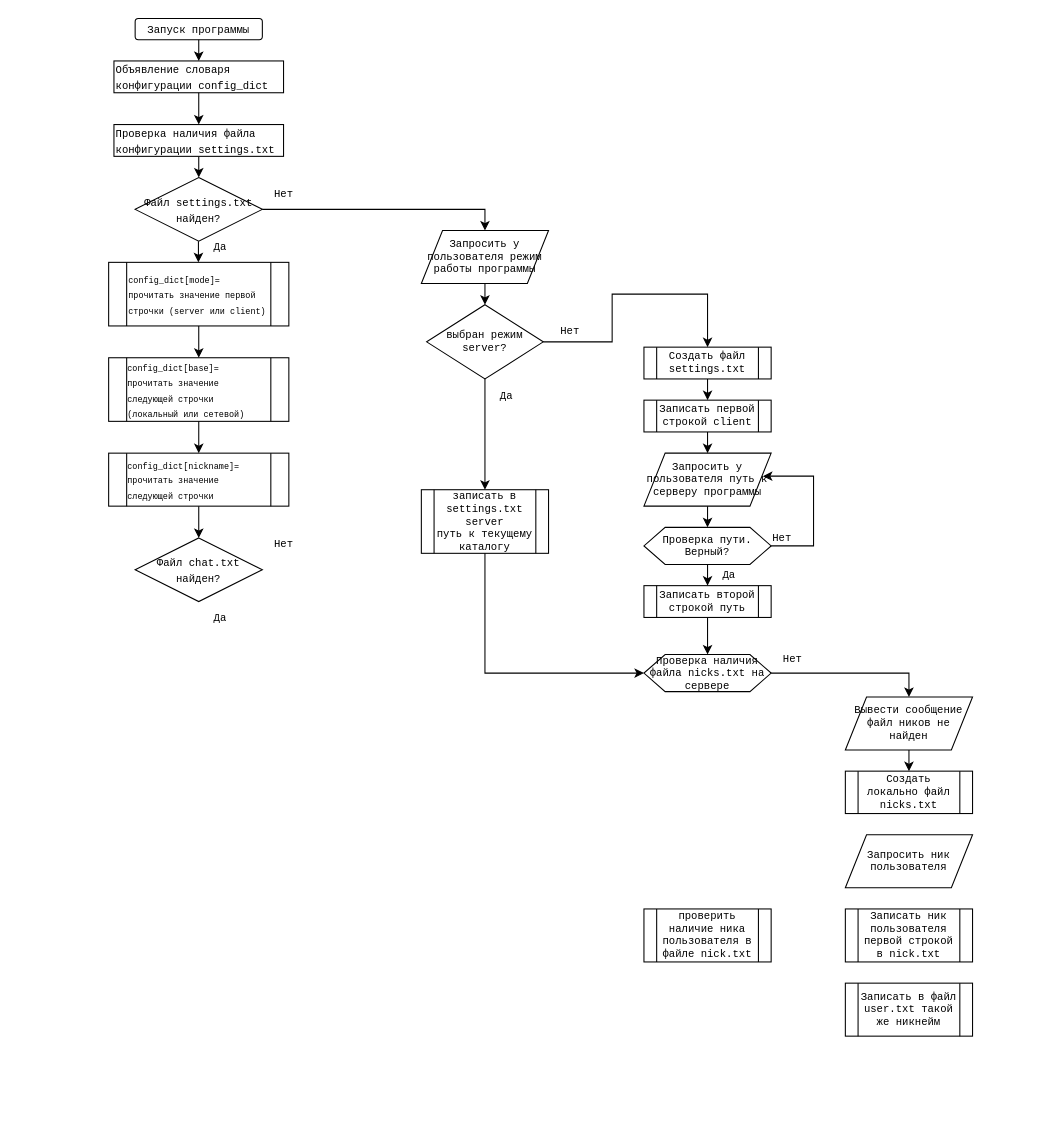
Above: Task-06/ChatRoom.drawio in ProgmanZ/Modul-23.6-Tasks-HW (draw.io), before the change. Source tidied: cells renumbered, new cells numbered last; positions are measured from the earlier drawing's top-left corner, leaving out a move shared by most shapes. Both pictures are drawn from the tidied source at 106%, with x=0, y=0 at pixel (108, 18).
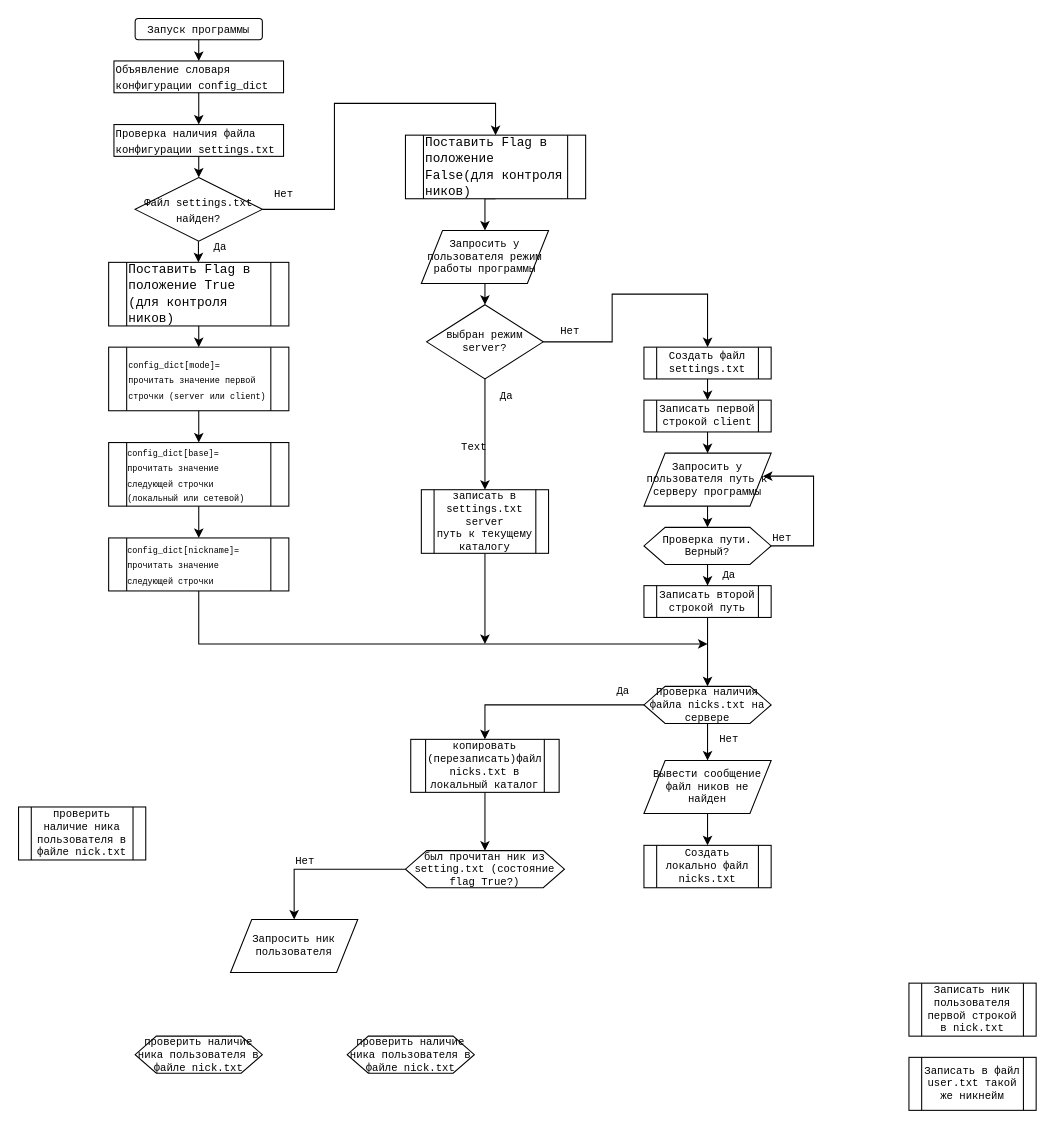
The same page after the edit.

Unchanged cells that the change refers to:
```xml
<mxCell id="5" value="&lt;font style=&quot;font-size: 10px;&quot; face=&quot;Courier New&quot;&gt;Файл settings.txt найден?&lt;/font&gt;" style="rhombus;whiteSpace=wrap;html=1;" parent="1" vertex="1">
  <mxGeometry x="25" y="150" width="120" height="60" as="geometry" />
</mxCell>
<mxCell id="22" value="Запросить у пользователя режим работы программы" style="shape=parallelogram;perimeter=parallelogramPerimeter;whiteSpace=wrap;html=1;fixedSize=1;fontFamily=Courier New;fontSize=10;" parent="1" vertex="1">
  <mxGeometry x="295" y="200" width="120" height="50" as="geometry" />
</mxCell>
<mxCell id="23" value="&lt;div&gt;записать в settings.txt &lt;br&gt;&lt;/div&gt;&lt;div&gt;server&lt;/div&gt;&lt;div&gt;путь к текущему каталогу&lt;br&gt;&lt;/div&gt;" style="shape=process;whiteSpace=wrap;html=1;backgroundOutline=1;fontFamily=Courier New;fontSize=10;" parent="1" vertex="1">
  <mxGeometry x="295" y="444.5" width="120" height="60" as="geometry" />
</mxCell>
```

Diff of the diagram source:
```diff
@@
-    <mxCell id="6" value="&lt;font style=&quot;font-size: 10px;&quot; face=&quot;Courier New&quot;&gt;Файл chat.txt найден?&lt;/font&gt;" style="rhombus;whiteSpace=wrap;html=1;" parent="1" vertex="1">
-      <mxGeometry x="25" y="490" width="120" height="60" as="geometry" />
-    </mxCell>
+    <mxCell id="54" style="edgeStyle=orthogonalEdgeStyle;rounded=0;jettySize=auto;html=1;exitX=0.5;exitY=1;exitDx=0;exitDy=0;fontFamily=Courier New;fontSize=10;" parent="1" edge="1" source="16">
+      <mxGeometry relative="1" as="geometry">
+        <mxPoint x="565" y="590" as="targetPoint" />
+        <Array as="points">
+          <mxPoint x="85" y="590" />
+        </Array>
+      </mxGeometry>
+    </mxCell>
@@
-    <mxCell id="12" style="endArrow=classic;html=1;rounded=0;exitX=1;exitY=0.5;exitDx=0;exitDy=0;entryX=0.5;entryY=0;entryDx=0;entryDy=0;edgeStyle=orthogonalEdgeStyle;" parent="1" edge="1" source="5" target="22">
-      <mxGeometry relative="1" as="geometry" />
+    <mxCell id="12" style="endArrow=classic;html=1;rounded=0;exitX=1;exitY=0.5;exitDx=0;exitDy=0;entryX=0.5;entryY=0;entryDx=0;entryDy=0;edgeStyle=orthogonalEdgeStyle;" parent="1" edge="1" source="5" target="67">
+      <mxGeometry relative="1" as="geometry">
+        <Array as="points">
+          <mxPoint x="213" y="180" />
+          <mxPoint x="213" y="80" />
+          <mxPoint x="365" y="80" />
+        </Array>
+      </mxGeometry>
     </mxCell>
@@
     <mxCell id="14" value="&lt;div align=&quot;left&quot;&gt;&lt;font style=&quot;font-size: 8px;&quot; face=&quot;Courier New&quot;&gt;config_dict[mode]=&lt;/font&gt;&lt;font style=&quot;font-size: 8px;&quot; face=&quot;Courier New&quot;&gt; прочитать значение первой строчки (server или client)&lt;/font&gt;&lt;/div&gt;" style="shape=process;whiteSpace=wrap;html=1;backgroundOutline=1;align=left;" parent="1" vertex="1">
-      <mxGeometry y="230" width="170" height="60" as="geometry" />
+      <mxGeometry y="310" width="170" height="60" as="geometry" />
     </mxCell>
     <mxCell id="15" value="&lt;div align=&quot;left&quot;&gt;&lt;font style=&quot;font-size: 8px;&quot; face=&quot;Courier New&quot;&gt;config_dict[base]=&lt;/font&gt;&lt;font style=&quot;font-size: 8px;&quot; face=&quot;Courier New&quot;&gt; прочитать значение следующей строчки (локальный или сетевой)&lt;/font&gt;&lt;/div&gt;" style="shape=process;whiteSpace=wrap;html=1;backgroundOutline=1;" parent="1" vertex="1">
-      <mxGeometry y="320" width="170" height="60" as="geometry" />
+      <mxGeometry y="400" width="170" height="60" as="geometry" />
     </mxCell>
     <mxCell id="16" value="&lt;div align=&quot;left&quot;&gt;&lt;font style=&quot;font-size: 8px;&quot; face=&quot;Courier New&quot;&gt;config_dict[nickname]=&lt;/font&gt;&lt;font style=&quot;font-size: 8px;&quot; face=&quot;Courier New&quot;&gt; прочитать значение следующей строчки&lt;br&gt;&lt;/font&gt;&lt;/div&gt;" style="shape=process;whiteSpace=wrap;html=1;backgroundOutline=1;" parent="1" vertex="1">
-      <mxGeometry y="410" width="170" height="50" as="geometry" />
+      <mxGeometry y="490" width="170" height="50" as="geometry" />
     </mxCell>
@@
-    <mxCell id="19" style="endArrow=classic;html=1;rounded=0;fontFamily=Courier New;fontSize=10;exitX=0.5;exitY=1;exitDx=0;exitDy=0;entryX=0.5;entryY=0;entryDx=0;entryDy=0;" parent="1" edge="1" source="16" target="6">
-      <mxGeometry relative="1" as="geometry" />
-    </mxCell>
-    <mxCell id="20" value="&lt;font style=&quot;font-size: 10px;&quot; face=&quot;Courier New&quot;&gt;Да&lt;/font&gt;" style="text;html=1;align=center;verticalAlign=middle;strokeColor=none;fillColor=none;" parent="1" vertex="1">
-      <mxGeometry x="85" y="550" width="40" height="30" as="geometry" />
-    </mxCell>
-    <mxCell id="21" value="&lt;font style=&quot;font-size: 10px;&quot; face=&quot;Courier New&quot;&gt;Нет&lt;/font&gt;" style="text;html=1;align=center;verticalAlign=middle;strokeColor=none;fillColor=none;" parent="1" vertex="1">
-      <mxGeometry x="145" y="480" width="40" height="30" as="geometry" />
-    </mxCell>
@@
+    <mxCell id="55" style="edgeStyle=orthogonalEdgeStyle;rounded=0;jettySize=auto;html=1;exitX=0.5;exitY=1;exitDx=0;exitDy=0;fontFamily=Courier New;fontSize=10;" parent="1" edge="1" source="23">
+      <mxGeometry relative="1" as="geometry">
+        <mxPoint x="355" y="590" as="targetPoint" />
+      </mxGeometry>
+    </mxCell>
@@
-    <mxCell id="28" style="endArrow=classic;html=1;rounded=0;fontFamily=Courier New;fontSize=10;exitX=0.5;exitY=1;exitDx=0;exitDy=0;entryX=0;entryY=0.5;entryDx=0;entryDy=0;edgeStyle=orthogonalEdgeStyle;" parent="1" edge="1" source="23" target="45">
-      <mxGeometry relative="1" as="geometry">
-        <Array as="points">
-          <mxPoint x="355" y="617" />
-        </Array>
-      </mxGeometry>
-    </mxCell>
@@
     <mxCell id="43" value="Вывести сообщение файл ников не найден" style="shape=parallelogram;perimeter=parallelogramPerimeter;whiteSpace=wrap;html=1;fixedSize=1;fontFamily=Courier New;fontSize=10;" parent="1" vertex="1">
-      <mxGeometry x="695" y="640" width="120" height="50" as="geometry" />
+      <mxGeometry x="505" y="700" width="120" height="50" as="geometry" />
     </mxCell>
-    <mxCell id="44" style="edgeStyle=orthogonalEdgeStyle;rounded=0;jettySize=auto;html=1;exitX=1;exitY=0.5;exitDx=0;exitDy=0;entryX=0.5;entryY=0;entryDx=0;entryDy=0;fontFamily=Courier New;fontSize=10;" parent="1" edge="1" source="45" target="43">
+    <mxCell id="44" style="edgeStyle=orthogonalEdgeStyle;rounded=0;jettySize=auto;html=1;exitX=0.5;exitY=1;exitDx=0;exitDy=0;entryX=0.5;entryY=0;entryDx=0;entryDy=0;fontFamily=Courier New;fontSize=10;" parent="1" edge="1" source="45" target="43">
       <mxGeometry relative="1" as="geometry" />
     </mxCell>
+    <mxCell id="56" style="edgeStyle=orthogonalEdgeStyle;rounded=0;jettySize=auto;html=1;exitX=0;exitY=0.5;exitDx=0;exitDy=0;entryX=0.5;entryY=0;entryDx=0;entryDy=0;fontFamily=Courier New;fontSize=10;" parent="1" edge="1" source="45" target="58">
+      <mxGeometry relative="1" as="geometry" />
+    </mxCell>
     <mxCell id="45" value="Проверка наличия файла nicks.txt на сервере" style="shape=hexagon;perimeter=hexagonPerimeter2;whiteSpace=wrap;html=1;fixedSize=1;fontFamily=Courier New;fontSize=10;" parent="1" vertex="1">
-      <mxGeometry x="505" y="600" width="120" height="35" as="geometry" />
+      <mxGeometry x="505" y="630" width="120" height="35" as="geometry" />
     </mxCell>
     <mxCell id="46" value="&lt;div&gt;Создать локально файл nicks.txt&lt;/div&gt;" style="shape=process;whiteSpace=wrap;html=1;backgroundOutline=1;fontFamily=Courier New;fontSize=10;" parent="1" vertex="1">
-      <mxGeometry x="695" y="710" width="120" height="40" as="geometry" />
+      <mxGeometry x="505" y="780" width="120" height="40" as="geometry" />
     </mxCell>
     <mxCell id="47" value="Нет" style="text;html=1;align=center;verticalAlign=middle;strokeColor=none;fillColor=none;fontSize=10;fontFamily=Courier New;" parent="1" vertex="1">
-      <mxGeometry x="625" y="590" width="40" height="30" as="geometry" />
+      <mxGeometry x="565" y="665" width="40" height="30" as="geometry" />
     </mxCell>
@@
     <mxCell id="49" value="&lt;div&gt;проверить наличие ника пользователя в файле nick.txt&lt;/div&gt;" style="shape=process;whiteSpace=wrap;html=1;backgroundOutline=1;fontFamily=Courier New;fontSize=10;" parent="1" vertex="1">
-      <mxGeometry x="505" y="840" width="120" height="50" as="geometry" />
+      <mxGeometry x="-85" y="743.8" width="120" height="50" as="geometry" />
     </mxCell>
     <mxCell id="50" value="Записать ник пользователя первой строкой в nick.txt" style="shape=process;whiteSpace=wrap;html=1;backgroundOutline=1;fontFamily=Courier New;fontSize=10;" parent="1" vertex="1">
-      <mxGeometry x="695" y="840" width="120" height="50" as="geometry" />
+      <mxGeometry x="755" y="910" width="120" height="50" as="geometry" />
     </mxCell>
     <mxCell id="51" value="Запросить ник пользователя" style="shape=parallelogram;perimeter=parallelogramPerimeter;whiteSpace=wrap;html=1;fixedSize=1;fontFamily=Courier New;fontSize=10;" parent="1" vertex="1">
-      <mxGeometry x="695" y="770" width="120" height="50" as="geometry" />
+      <mxGeometry x="115" y="850" width="120" height="50" as="geometry" />
     </mxCell>
     <mxCell id="52" value="Записать в файл user.txt такой же никнейм" style="shape=process;whiteSpace=wrap;html=1;backgroundOutline=1;fontFamily=Courier New;fontSize=10;" parent="1" vertex="1">
-      <mxGeometry x="695" y="910" width="120" height="50" as="geometry" />
+      <mxGeometry x="755" y="980" width="120" height="50" as="geometry" />
     </mxCell>
@@
+    <mxCell id="57" style="edgeStyle=orthogonalEdgeStyle;rounded=0;jettySize=auto;html=1;exitX=0.5;exitY=1;exitDx=0;exitDy=0;entryX=0.5;entryY=0;entryDx=0;entryDy=0;fontFamily=Courier New;fontSize=10;" parent="1" edge="1" source="58" target="62">
+      <mxGeometry relative="1" as="geometry" />
+    </mxCell>
+    <mxCell id="58" value="&lt;div&gt;копировать (перезаписать)файл nicks.txt в локальный каталог&lt;br&gt;&lt;/div&gt;" style="shape=process;whiteSpace=wrap;html=1;backgroundOutline=1;fontFamily=Courier New;fontSize=10;" parent="1" vertex="1">
+      <mxGeometry x="285" y="680" width="140" height="50" as="geometry" />
+    </mxCell>
+    <mxCell id="59" value="&lt;div&gt;проверить наличие ника пользователя в файле nick.txt&lt;/div&gt;" style="shape=hexagon;perimeter=hexagonPerimeter2;whiteSpace=wrap;html=1;fixedSize=1;fontFamily=Courier New;fontSize=10;" parent="1" vertex="1">
+      <mxGeometry x="25" y="960" width="120" height="35" as="geometry" />
+    </mxCell>
+    <mxCell id="60" value="&lt;div&gt;проверить наличие ника пользователя в файле nick.txt&lt;/div&gt;" style="shape=hexagon;perimeter=hexagonPerimeter2;whiteSpace=wrap;html=1;fixedSize=1;fontFamily=Courier New;fontSize=10;" parent="1" vertex="1">
+      <mxGeometry x="225" y="960" width="120" height="35" as="geometry" />
+    </mxCell>
+    <mxCell id="20" value="Да" style="text;html=1;align=center;verticalAlign=middle;strokeColor=none;fillColor=none;fontSize=10;fontFamily=Courier New;" parent="1" vertex="1">
+      <mxGeometry x="465" y="620" width="40" height="30" as="geometry" />
+    </mxCell>
+    <mxCell id="61" style="edgeStyle=orthogonalEdgeStyle;rounded=0;jettySize=auto;html=1;exitX=0;exitY=0.5;exitDx=0;exitDy=0;entryX=0.5;entryY=0;entryDx=0;entryDy=0;fontFamily=Courier New;fontSize=10;" parent="1" edge="1" source="62" target="51">
+      <mxGeometry relative="1" as="geometry" />
+    </mxCell>
+    <mxCell id="62" value="&lt;div&gt;был прочитан ник из setting.txt (состояние flag True?)&lt;br&gt;&lt;/div&gt;" style="shape=hexagon;perimeter=hexagonPerimeter2;whiteSpace=wrap;html=1;fixedSize=1;fontFamily=Courier New;fontSize=10;" parent="1" vertex="1">
+      <mxGeometry x="280" y="785" width="150" height="35" as="geometry" />
+    </mxCell>
+    <mxCell id="21" value="Нет" style="text;html=1;align=center;verticalAlign=middle;strokeColor=none;fillColor=none;fontSize=10;fontFamily=Courier New;" parent="1" vertex="1">
+      <mxGeometry x="165" y="780" width="40" height="30" as="geometry" />
+    </mxCell>
+    <mxCell id="63" value="Text" style="text;html=1;strokeColor=none;fillColor=none;align=center;verticalAlign=middle;whiteSpace=wrap;rounded=0;fontFamily=Courier New;fontSize=10;" parent="1" vertex="1">
+      <mxGeometry x="315" y="390" width="60" height="30" as="geometry" />
+    </mxCell>
+    <mxCell id="64" style="edgeStyle=orthogonalEdgeStyle;rounded=0;jettySize=auto;html=1;exitX=0.5;exitY=1;exitDx=0;exitDy=0;entryX=0.5;entryY=0;entryDx=0;entryDy=0;fontFamily=Courier New;fontSize=10;" parent="1" edge="1" source="65" target="14">
+      <mxGeometry relative="1" as="geometry" />
+    </mxCell>
+    <mxCell id="65" value="&lt;font face=&quot;Courier New&quot;&gt;Поставить Flag в положение True (для контроля ников)&lt;/font&gt;" style="shape=process;whiteSpace=wrap;html=1;backgroundOutline=1;align=left;" parent="1" vertex="1">
+      <mxGeometry y="230" width="170" height="60" as="geometry" />
+    </mxCell>
+    <mxCell id="66" style="edgeStyle=orthogonalEdgeStyle;rounded=0;jettySize=auto;html=1;exitX=0.5;exitY=1;exitDx=0;exitDy=0;entryX=0.5;entryY=0;entryDx=0;entryDy=0;fontFamily=Courier New;fontSize=10;" parent="1" edge="1" source="67" target="22">
+      <mxGeometry relative="1" as="geometry" />
+    </mxCell>
+    <mxCell id="67" value="&lt;font face=&quot;Courier New&quot;&gt;Поставить Flag в положение False(для контроля ников)&lt;/font&gt;" style="shape=process;whiteSpace=wrap;html=1;backgroundOutline=1;align=left;" parent="1" vertex="1">
+      <mxGeometry x="280" y="110" width="170" height="60" as="geometry" />
+    </mxCell>
```
